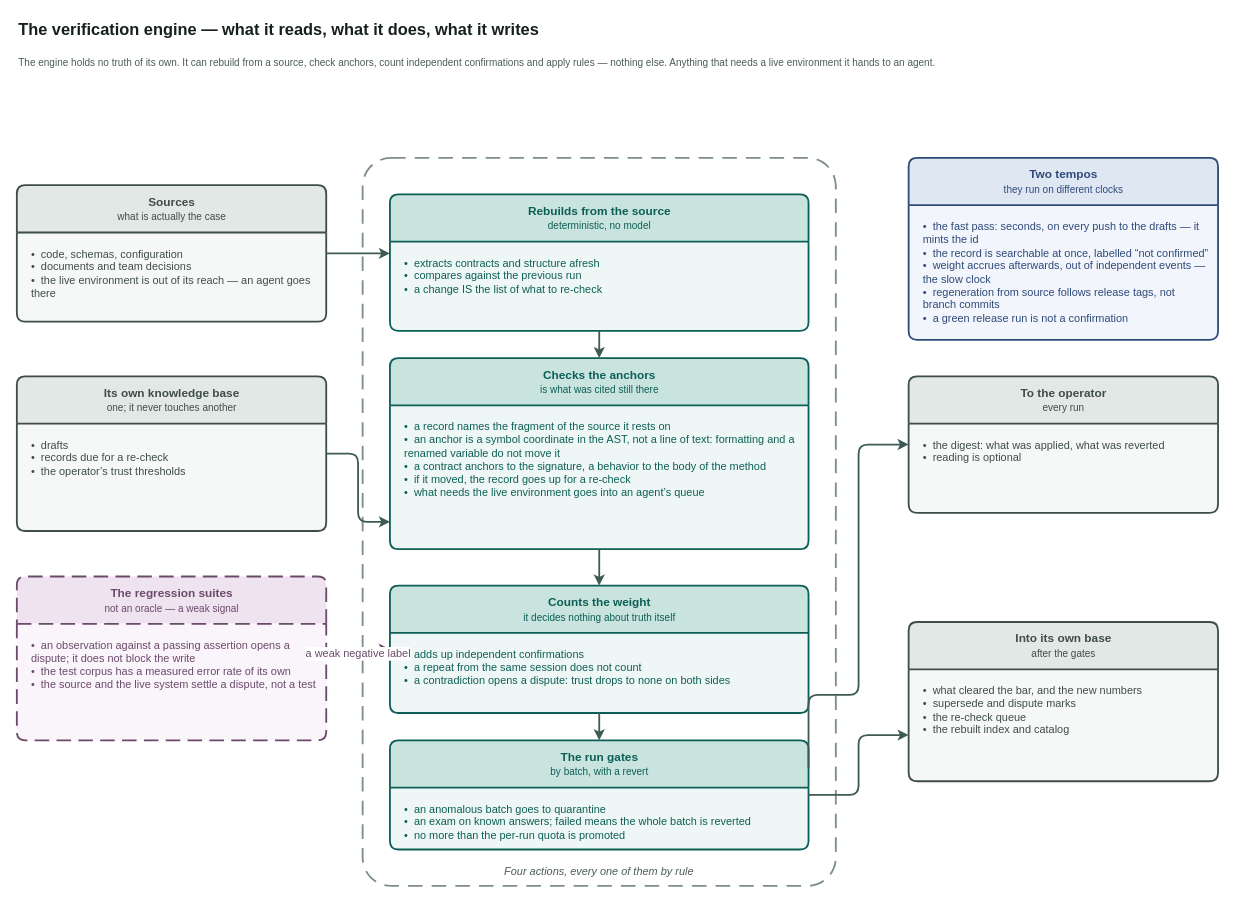
Above: page "The verification engine" (3 of 7) of docs/adr/adr-knowledge-base-v3-overview.drawio in VirtoCommerce/ai-tools (draw.io), before the change. Source tidied: cells renumbered, new cells numbered last; positions are measured from the earlier drawing's top-left corner, leaving out a move shared by most shapes. Both pictures are drawn from the tidied source at 91%, with x=0, y=0 at pixel (16, 15).
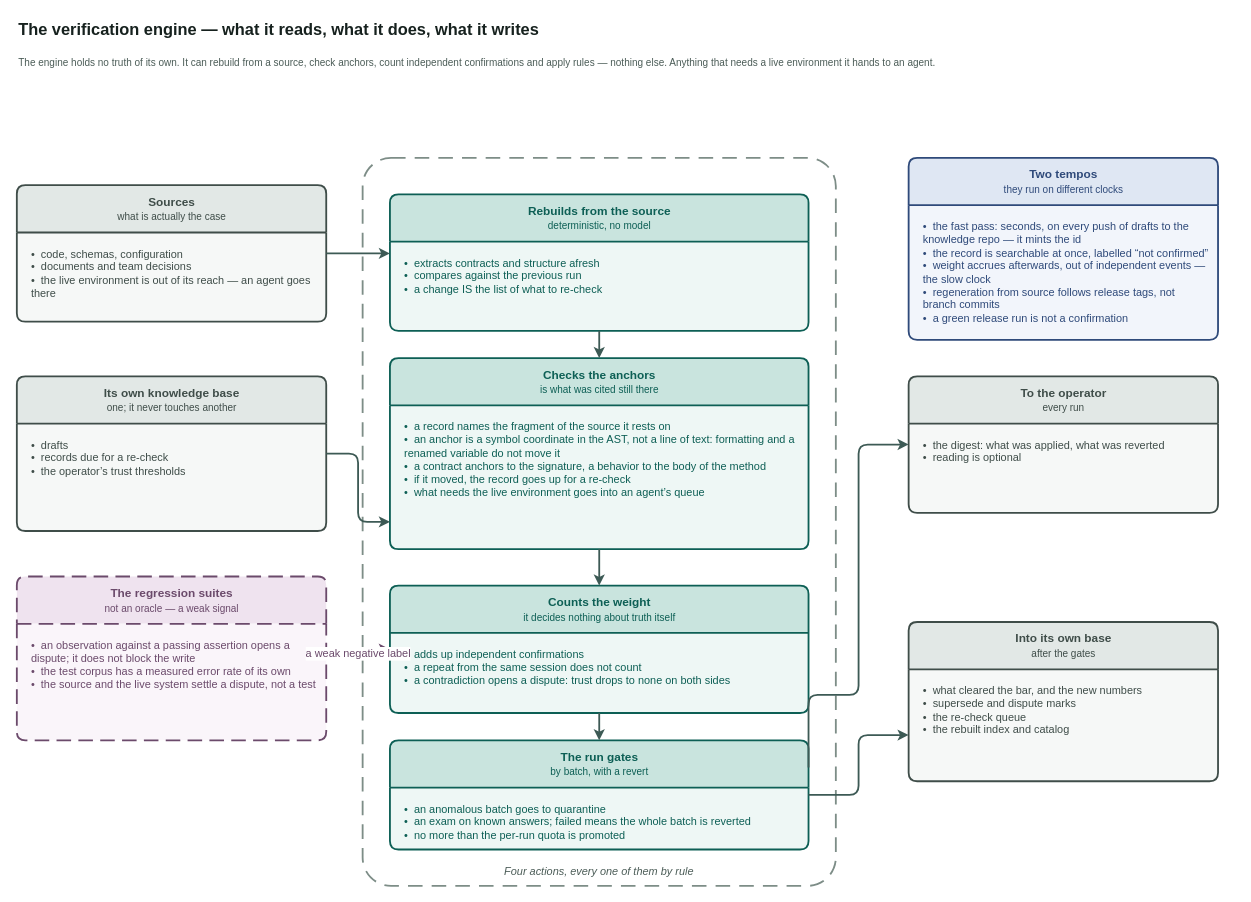
After the change.

Commit message (it also covers changes not shown here):
docs(tooling): the English diagram becomes the source; Russian becomes a generated reading copy (VCST-5776)

Unchanged cells that the change refers to:
```xml
<mxCell id="21" value="Two tempos&lt;br&gt;&lt;span style=&quot;font-size:11px;font-weight:normal&quot;&gt;they run on different clocks&lt;/span&gt;" style="swimlane;html=1;rounded=1;arcSize=6;startSize=52;horizontal=1;fillColor=#dfe7f3;swimlaneFillColor=#f2f5fb;strokeColor=#2f4a7a;fontColor=#2f4a7a;fontSize=13;fontStyle=1;align=center;verticalAlign=middle;strokeWidth=2;fontFamily=Helvetica;" parent="1" vertex="1">
  <mxGeometry x="980" y="156" width="340" height="200" as="geometry" />
</mxCell>
```

The edit, as a diff of the source:
```diff
@@
-    <mxCell id="22" value="•&amp;nbsp; the fast pass: seconds, on every push to the drafts — it mints the id&lt;br&gt;•&amp;nbsp; the record is searchable at once, labelled “not confirmed”&lt;br&gt;•&amp;nbsp; weight accrues afterwards, out of independent events — the slow clock&lt;br&gt;•&amp;nbsp; regeneration from source follows release tags, not branch commits&lt;br&gt;•&amp;nbsp; a green release run is not a confirmation" style="text;html=1;align=left;verticalAlign=top;whiteSpace=wrap;spacingLeft=14;spacingTop=10;spacingRight=10;fontSize=12;fontColor=#2f4a7a;fontFamily=Helvetica;" parent="21" vertex="1">
+    <mxCell id="22" value="•&amp;nbsp; the fast pass: seconds, on every push of drafts to the knowledge repo — it mints the id&lt;br&gt;•&amp;nbsp; the record is searchable at once, labelled “not confirmed”&lt;br&gt;•&amp;nbsp; weight accrues afterwards, out of independent events — the slow clock&lt;br&gt;•&amp;nbsp; regeneration from source follows release tags, not branch commits&lt;br&gt;•&amp;nbsp; a green release run is not a confirmation" style="text;html=1;align=left;verticalAlign=top;whiteSpace=wrap;spacingLeft=14;spacingTop=10;spacingRight=10;fontSize=12;fontColor=#2f4a7a;fontFamily=Helvetica;" parent="21" vertex="1">
       <mxGeometry y="52" width="340" height="148" as="geometry" />
     </mxCell>
```
